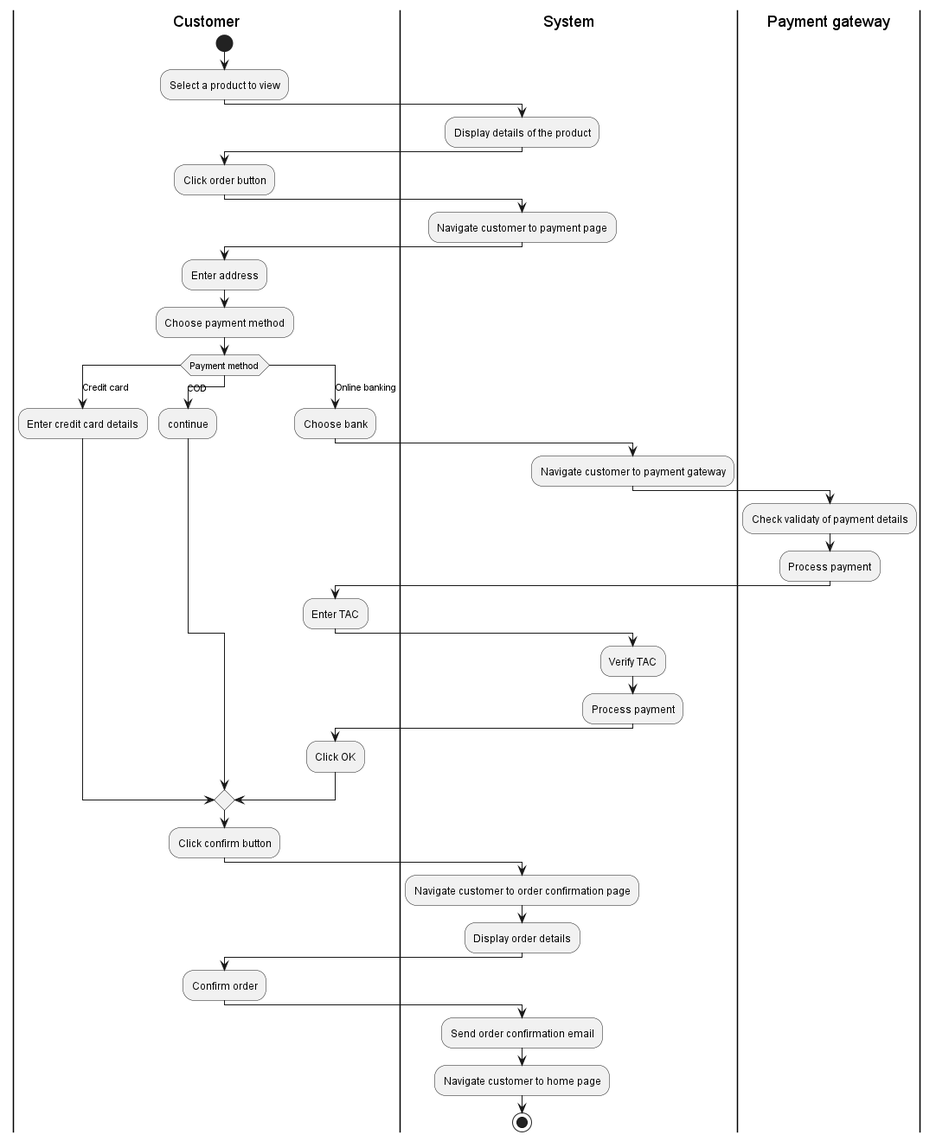
This is Lab1/Lab1.2/Activity/img/Create order.png from tuankietcoderr/SE357-Practice-class, a PlantUML export, as it was before one commit.
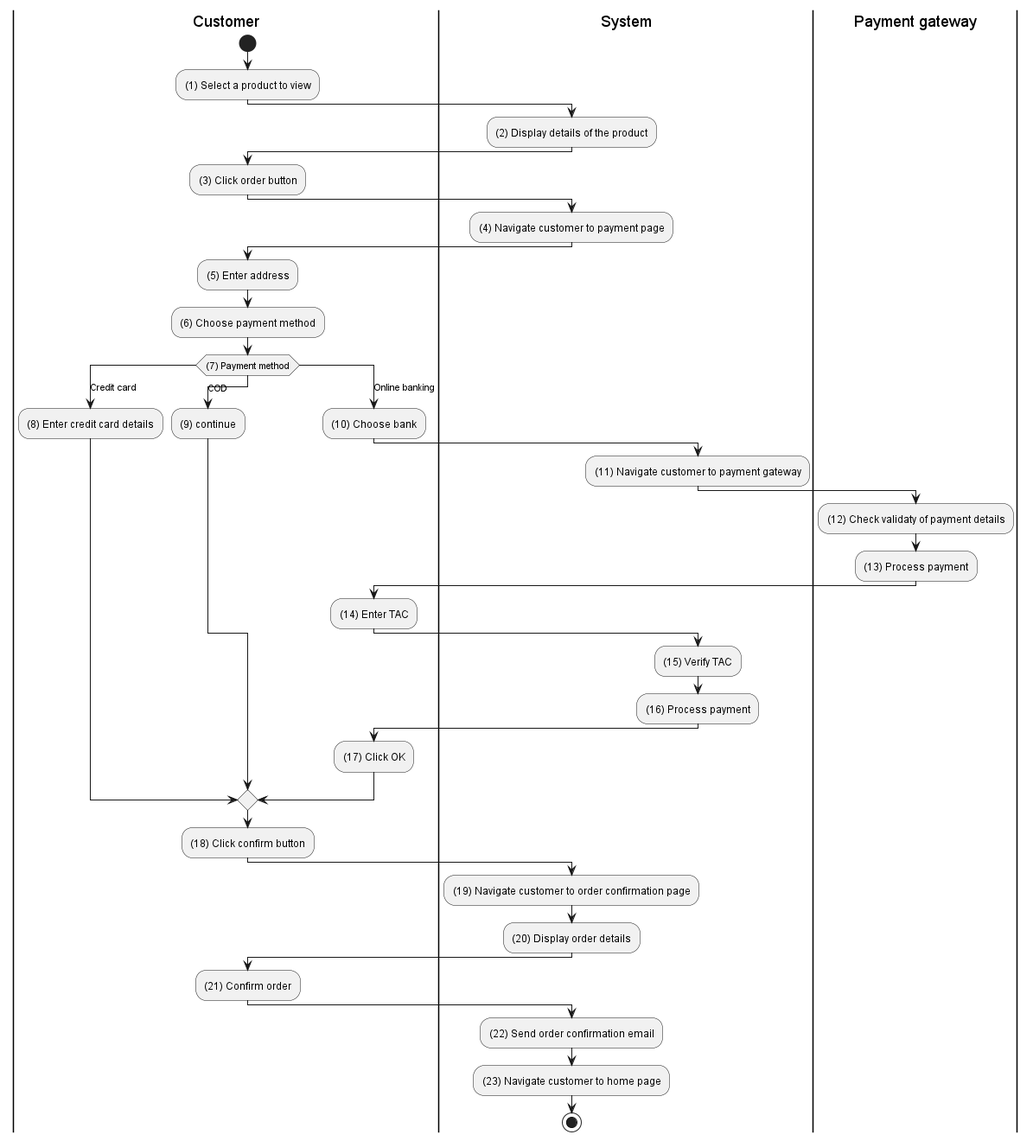
After the change.

Diff of the diagram source:
```diff
@@ -1,48 +1,48 @@
 @startuml Create order
 |Customer|
 start
-:Select a product to view;
+:(1) Select a product to view;
 |System|
-:Display details of the product;
+:(2) Display details of the product;
 |Customer|
-:Click order button;
+:(3) Click order button;
 |System|
-:Navigate customer to payment page;
+:(4) Navigate customer to payment page;
 |Customer|
-:Enter address;
-:Choose payment method;
-switch (Payment method)
+:(5) Enter address;
+:(6) Choose payment method;
+switch ((7) Payment method)
 case (Credit card)
     |Customer|
-    :Enter credit card details;
+    :(8) Enter credit card details;
 case (COD)
     |Customer|
-    :continue;
+    :(9) continue;
 case (Online banking)
     |Customer|
-    :Choose bank;
+    :(10) Choose bank;
     |System|
-    :Navigate customer to payment gateway;
+    :(11) Navigate customer to payment gateway;
     |Payment gateway|
-    :Check validaty of payment details;
-    :Process payment;
+    :(12) Check validaty of payment details;
+    :(13) Process payment;
     |Customer|
-    :Enter TAC;
+    :(14) Enter TAC;
     |System|
-    :Verify TAC;
-    :Process payment;
+    :(15) Verify TAC;
+    :(16) Process payment;
     |Customer|
-    :Click OK;
+    :(17) Click OK;
 endswitch
 |Customer|
-:Click confirm button;
+:(18) Click confirm button;
 |System|
-:Navigate customer to order confirmation page;
-:Display order details;
+:(19) Navigate customer to order confirmation page;
+:(20) Display order details;
 |Customer|
-:Confirm order;
+:(21) Confirm order;
 |System|
-:Send order confirmation email;
-:Navigate customer to home page;
+:(22) Send order confirmation email;
+:(23) Navigate customer to home page;
 stop
 @enduml
```
